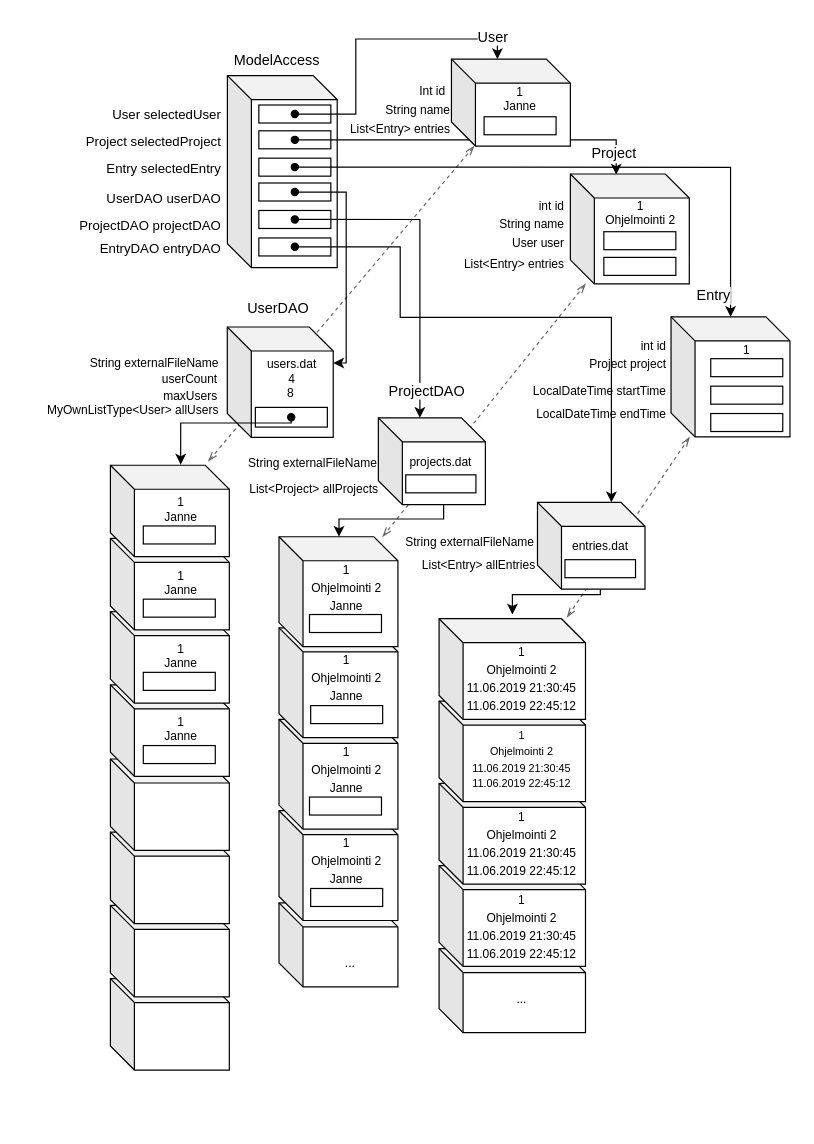
Earlier version of the draw.io diagram kaaviot/tietorakenne_alt.drawio (a-ruskomaa/SimpleTimeTracker). Source tidied: cells renumbered, new cells numbered last; positions are measured from the earlier drawing's top-left corner, leaving out a move shared by most shapes. Both pictures are drawn from the tidied source at 120%, with x=0, y=0 at pixel (76, 20).
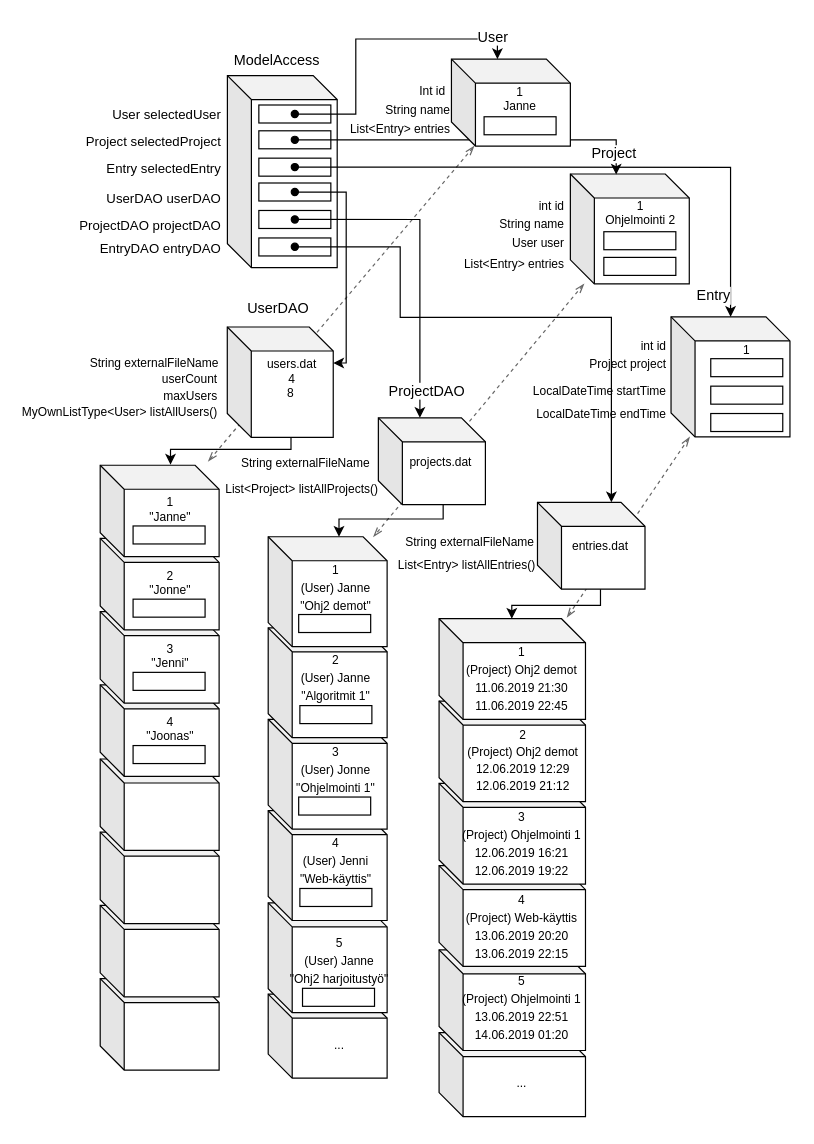
The same diagram, later.

Unchanged cells that the change refers to:
```xml
<mxCell id="59" style="group;fontColor=#000000;labelBackgroundColor=#ffffff;fontSize=10;" parent="58" vertex="1">
  <mxGeometry width="137.2" height="121.1" as="geometry" />
</mxCell>
<mxCell id="72" style="group;fontColor=#000000;labelBackgroundColor=#ffffff;" parent="71" vertex="1">
  <mxGeometry y="61" width="99.1" height="198.2" as="geometry" />
</mxCell>
<mxCell id="73" style="group;fontColor=#000000;labelBackgroundColor=#ffffff;" parent="72" vertex="1">
  <mxGeometry y="61" width="99.1" height="137.2" as="geometry" />
</mxCell>
<mxCell id="74" style="group;fontColor=#000000;labelBackgroundColor=#ffffff;" parent="73" vertex="1">
  <mxGeometry y="61" width="99.1" height="76.2" as="geometry" />
</mxCell>
<mxCell id="84" style="shape=cube;whiteSpace=wrap;html=1;boundedLbl=1;backgroundOutline=1;darkOpacity=0.05;darkOpacity2=0.1;fontColor=#000000;labelBackgroundColor=#ffffff;" parent="71" vertex="1">
  <mxGeometry width="99.1" height="76.2" as="geometry" />
</mxCell>
<mxCell id="102" style="shape=cube;whiteSpace=wrap;html=1;boundedLbl=1;backgroundOutline=1;darkOpacity=0.05;darkOpacity2=0.1;fontColor=#000000;labelBackgroundColor=#ffffff;" parent="87" vertex="1">
  <mxGeometry width="99.1" height="91.5" as="geometry" />
</mxCell>
<mxCell id="119" style="shape=cube;whiteSpace=wrap;html=1;boundedLbl=1;backgroundOutline=1;darkOpacity=0.05;darkOpacity2=0.1;fontColor=#000000;labelBackgroundColor=#ffffff;" parent="106" vertex="1">
  <mxGeometry width="122" height="83.9" as="geometry" />
</mxCell>
<mxCell id="133" style="group;" parent="1" vertex="1">
  <mxGeometry x="251.8" y="330.7" width="89.2" height="72.4" as="geometry" />
</mxCell>
<mxCell id="137" style="group;" parent="1" vertex="1">
  <mxGeometry x="384.4" y="401.1" width="89.6" height="72.4" as="geometry" />
</mxCell>
```

Diff of the diagram source:
```diff
@@
+    <mxCell id="126" style="edgeStyle=orthogonalEdgeStyle;rounded=0;jettySize=auto;html=1;fontColor=#000000;labelBackgroundColor=#ffffff;entryX=0.591;entryY=-0.006;entryDx=0;entryDy=0;entryPerimeter=0;startArrow=diamond;startFill=0;" parent="1" edge="1" target="84">
+      <mxGeometry relative="1" as="geometry">
+        <mxPoint x="179" y="330" as="sourcePoint" />
+        <Array as="points">
+          <mxPoint x="179" y="357" />
+          <mxPoint x="78" y="357" />
+        </Array>
+      </mxGeometry>
+    </mxCell>
     <mxCell id="2" style="group;fontColor=#000000;labelBackgroundColor=#ffffff;" parent="1" vertex="1">
-      <mxGeometry x="28.5" y="615" width="99.1" height="259.2" as="geometry" />
+      <mxGeometry x="20" y="615" width="99.1" height="259.2" as="geometry" />
     </mxCell>
@@
-    <mxCell id="26" style="edgeStyle=orthogonalEdgeStyle;rounded=0;jettySize=auto;html=1;fontColor=#000000;labelBackgroundColor=#ffffff;startArrow=oval;startFill=1;exitX=0.501;exitY=0.5;exitDx=0;exitDy=0;exitPerimeter=0;" parent="1" edge="1" source="139">
+    <mxCell id="26" style="edgeStyle=orthogonalEdgeStyle;rounded=0;jettySize=auto;html=1;fontColor=#000000;labelBackgroundColor=#ffffff;startArrow=oval;startFill=1;exitX=0.501;exitY=0.5;exitDx=0;exitDy=0;exitPerimeter=0;" parent="1" edge="1" target="119">
       <mxGeometry relative="1" as="geometry">
-        <mxPoint x="363.5" y="494.6" as="targetPoint" />
+        <mxPoint x="436.9" y="456.3" as="sourcePoint" />
         <Array as="points">
-          <mxPoint x="437" y="478" />
-          <mxPoint x="363" y="478" />
+          <mxPoint x="437" y="487" />
+          <mxPoint x="363" y="487" />
         </Array>
       </mxGeometry>
     </mxCell>
@@
-    <mxCell id="53" value="List&amp;lt;Project&amp;gt; allProjects" style="text;html=1;align=right;fontColor=#000000;labelBackgroundColor=#ffffff;fontSize=10;" parent="1" vertex="1">
-      <mxGeometry x="176.7" y="378.2" width="76.2" height="22.9" as="geometry" />
+    <mxCell id="53" value="List&amp;lt;Project&amp;gt; listAllProjects()" style="text;html=1;align=right;fontColor=#000000;labelBackgroundColor=#ffffff;fontSize=10;" parent="1" vertex="1">
+      <mxGeometry x="120" y="378.2" width="132.9" height="22.9" as="geometry" />
     </mxCell>
@@
-    <mxCell id="61" style="rounded=0;whiteSpace=wrap;html=1;fontColor=#000000;labelBackgroundColor=#ffffff;" parent="59" vertex="1">
-      <mxGeometry x="69.1" y="96.1" width="60" height="16.4" as="geometry" />
-    </mxCell>
@@
-    <mxCell id="63" value="MyOwnListType&amp;lt;User&amp;gt; allUsers" style="text;html=1;align=right;fontColor=#000000;labelBackgroundColor=#ffffff;fontSize=10;" parent="59" vertex="1">
-      <mxGeometry x="-60" y="85.9" width="99.8" height="24.1" as="geometry" />
-    </mxCell>
@@
     <mxCell id="71" style="group;fontColor=#000000;labelBackgroundColor=#ffffff;" parent="1" vertex="1">
-      <mxGeometry x="28.5" y="370.2" width="99.1" height="259.2" as="geometry" />
+      <mxGeometry x="20" y="370.2" width="99.1" height="259.2" as="geometry" />
     </mxCell>
@@
-    <mxCell id="76" value="1&lt;br style=&quot;font-size: 10px;&quot;&gt;Janne" style="text;html=1;align=center;fontColor=#000000;labelBackgroundColor=#ffffff;verticalAlign=middle;fontSize=10;" parent="74" vertex="1">
+    <mxCell id="76" value="4&lt;br style=&quot;font-size: 10px&quot;&gt;&quot;Joonas&quot;" style="text;html=1;align=center;fontColor=#000000;labelBackgroundColor=#ffffff;verticalAlign=middle;fontSize=10;" parent="74" vertex="1">
       <mxGeometry x="31.3" y="22.9" width="53.4" height="27.7" as="geometry" />
     </mxCell>
@@
-    <mxCell id="79" value="1&lt;br style=&quot;font-size: 10px;&quot;&gt;Janne" style="text;html=1;align=center;fontColor=#000000;labelBackgroundColor=#ffffff;verticalAlign=middle;fontSize=10;" parent="73" vertex="1">
+    <mxCell id="79" value="3&lt;br style=&quot;font-size: 10px&quot;&gt;&quot;Jenni&quot;" style="text;html=1;align=center;fontColor=#000000;labelBackgroundColor=#ffffff;verticalAlign=middle;fontSize=10;" parent="73" vertex="1">
       <mxGeometry x="31.3" y="22.9" width="53.4" height="27.7" as="geometry" />
     </mxCell>
@@
-    <mxCell id="82" value="1&lt;br style=&quot;font-size: 10px;&quot;&gt;Janne" style="text;html=1;align=center;fontColor=#000000;labelBackgroundColor=#ffffff;verticalAlign=middle;fontSize=10;" parent="72" vertex="1">
+    <mxCell id="82" value="2&lt;br style=&quot;font-size: 10px&quot;&gt;&quot;Jonne&quot;" style="text;html=1;align=center;fontColor=#000000;labelBackgroundColor=#ffffff;verticalAlign=middle;fontSize=10;" parent="72" vertex="1">
       <mxGeometry x="31.3" y="22.9" width="53.4" height="27.7" as="geometry" />
     </mxCell>
@@
-    <mxCell id="85" value="1&lt;br style=&quot;font-size: 10px;&quot;&gt;Janne" style="text;html=1;align=center;fontColor=#000000;labelBackgroundColor=#ffffff;verticalAlign=middle;fontSize=10;" parent="71" vertex="1">
+    <mxCell id="85" value="1&lt;br style=&quot;font-size: 10px&quot;&gt;&quot;Janne&quot;" style="text;html=1;align=center;fontColor=#000000;labelBackgroundColor=#ffffff;verticalAlign=middle;fontSize=10;" parent="71" vertex="1">
       <mxGeometry x="31.3" y="22.9" width="53.4" height="27.7" as="geometry" />
     </mxCell>
@@
     <mxCell id="87" style="group;" parent="1" vertex="1">
-      <mxGeometry x="169" y="429.8" width="99.1" height="378.2" as="geometry" />
+      <mxGeometry x="160" y="429.8" width="99.1" height="457.2" as="geometry" />
     </mxCell>
     <mxCell id="88" style="group;" parent="87" vertex="1">
-      <mxGeometry y="75.9" width="99.1" height="302.3" as="geometry" />
+      <mxGeometry y="75.9" width="99.1" height="381.3" as="geometry" />
     </mxCell>
     <mxCell id="89" style="group;" parent="88" vertex="1">
-      <mxGeometry y="76.2" width="99.1" height="226" as="geometry" />
+      <mxGeometry y="76.2" width="99.1" height="305.1" as="geometry" />
     </mxCell>
     <mxCell id="90" style="group;" parent="89" vertex="1">
-      <mxGeometry y="76.2" width="99.1" height="149.8" as="geometry" />
+      <mxGeometry y="76.2" width="99.1" height="228.8" as="geometry" />
     </mxCell>
+    <mxCell id="141" style="group;" parent="90" vertex="1">
+      <mxGeometry y="152.8" width="99.1" height="70" as="geometry" />
+    </mxCell>
-    <mxCell id="91" style="shape=cube;whiteSpace=wrap;html=1;boundedLbl=1;backgroundOutline=1;darkOpacity=0.05;darkOpacity2=0.1;fontColor=#000000;labelBackgroundColor=#ffffff;" parent="90" vertex="1">
-      <mxGeometry y="76.8" width="99.1" height="70" as="geometry" />
+    <mxCell id="91" style="shape=cube;whiteSpace=wrap;html=1;boundedLbl=1;backgroundOutline=1;darkOpacity=0.05;darkOpacity2=0.1;fontColor=#000000;labelBackgroundColor=#ffffff;" parent="141" vertex="1">
+      <mxGeometry width="99.1" height="70" as="geometry" />
     </mxCell>
+    <mxCell id="95" value="..." style="text;html=1;align=center;fontColor=#000000;labelBackgroundColor=none;verticalAlign=middle;fontSize=10;" parent="141" vertex="1">
+      <mxGeometry x="32.5" y="30" width="53.4" height="24.8" as="geometry" />
+    </mxCell>
+    <mxCell id="142" style="group;" parent="90" vertex="1">
+      <mxGeometry y="76.8" width="99.1" height="91.5" as="geometry" />
+    </mxCell>
+    <mxCell id="143" style="shape=cube;whiteSpace=wrap;html=1;boundedLbl=1;backgroundOutline=1;darkOpacity=0.05;darkOpacity2=0.1;fontColor=#000000;labelBackgroundColor=#ffffff;" parent="142" vertex="1">
+      <mxGeometry width="99.1" height="91.5" as="geometry" />
+    </mxCell>
+    <mxCell id="144" style="rounded=0;whiteSpace=wrap;html=1;fontColor=#000000;labelBackgroundColor=#ffffff;" parent="142" vertex="1">
+      <mxGeometry x="28.6" y="71.2" width="60" height="15" as="geometry" />
+    </mxCell>
@@
-    <mxCell id="94" value="&lt;p style=&quot;line-height: 150%; font-size: 10px;&quot;&gt;1&lt;br style=&quot;font-size: 10px;&quot;&gt;Ohjelmointi 2&lt;br style=&quot;font-size: 10px;&quot;&gt;Janne&lt;br style=&quot;font-size: 10px;&quot;&gt;&lt;/p&gt;" style="text;html=1;align=center;fontColor=#000000;labelBackgroundColor=none;verticalAlign=middle;fontSize=10;" parent="90" vertex="1">
+    <mxCell id="94" value="&lt;p style=&quot;line-height: 150% ; font-size: 10px&quot;&gt;4&lt;br style=&quot;font-size: 10px&quot;&gt;(User) Jenni&lt;br style=&quot;font-size: 10px&quot;&gt;&quot;Web-käyttis&quot;&lt;br style=&quot;font-size: 10px&quot;&gt;&lt;/p&gt;" style="text;html=1;align=center;fontColor=#000000;labelBackgroundColor=none;verticalAlign=middle;fontSize=10;" parent="90" vertex="1">
       <mxGeometry x="29.7" y="18.6" width="53.4" height="46.2" as="geometry" />
     </mxCell>
-    <mxCell id="95" value="..." style="text;html=1;align=center;fontColor=#000000;labelBackgroundColor=none;verticalAlign=middle;fontSize=10;" parent="90" vertex="1">
-      <mxGeometry x="32.1" y="114.9" width="53.4" height="24.8" as="geometry" />
-    </mxCell>
@@
-    <mxCell id="98" value="&lt;p style=&quot;line-height: 150%; font-size: 10px;&quot;&gt;1&lt;br style=&quot;font-size: 10px;&quot;&gt;Ohjelmointi 2&lt;br style=&quot;font-size: 10px;&quot;&gt;Janne&lt;br style=&quot;font-size: 10px;&quot;&gt;&lt;/p&gt;" style="text;html=1;align=center;fontColor=#000000;labelBackgroundColor=none;verticalAlign=middle;fontSize=10;" parent="89" vertex="1">
+    <mxCell id="98" value="&lt;p style=&quot;line-height: 150% ; font-size: 10px&quot;&gt;3&lt;br style=&quot;font-size: 10px&quot;&gt;(User) Jonne&lt;br style=&quot;font-size: 10px&quot;&gt;&quot;Ohjelmointi 1&quot;&lt;br style=&quot;font-size: 10px&quot;&gt;&lt;/p&gt;" style="text;html=1;align=center;fontColor=#000000;labelBackgroundColor=none;verticalAlign=middle;fontSize=10;" parent="89" vertex="1">
       <mxGeometry x="28.8" y="18.6" width="53.4" height="46.2" as="geometry" />
     </mxCell>
@@
-    <mxCell id="101" value="&lt;p style=&quot;line-height: 150%; font-size: 10px;&quot;&gt;1&lt;br style=&quot;font-size: 10px;&quot;&gt;Ohjelmointi 2&lt;br style=&quot;font-size: 10px;&quot;&gt;Janne&lt;br style=&quot;font-size: 10px;&quot;&gt;&lt;/p&gt;" style="text;html=1;align=center;fontColor=#000000;labelBackgroundColor=none;verticalAlign=middle;fontSize=10;" parent="88" vertex="1">
+    <mxCell id="101" value="&lt;p style=&quot;line-height: 150% ; font-size: 10px&quot;&gt;2&lt;br style=&quot;font-size: 10px&quot;&gt;(User) Janne&lt;br style=&quot;font-size: 10px&quot;&gt;&quot;Algoritmit 1&quot;&lt;/p&gt;" style="text;html=1;align=center;fontColor=#000000;labelBackgroundColor=none;verticalAlign=middle;fontSize=10;" parent="88" vertex="1">
       <mxGeometry x="29.7" y="18.6" width="53.4" height="46.2" as="geometry" />
     </mxCell>
@@
-    <mxCell id="104" value="&lt;p style=&quot;line-height: 150%; font-size: 10px;&quot;&gt;1&lt;br style=&quot;font-size: 10px;&quot;&gt;Ohjelmointi 2&lt;br style=&quot;font-size: 10px;&quot;&gt;Janne&lt;br style=&quot;font-size: 10px;&quot;&gt;&lt;/p&gt;" style="text;html=1;align=center;fontColor=#000000;labelBackgroundColor=none;verticalAlign=middle;fontSize=10;" parent="87" vertex="1">
+    <mxCell id="104" value="&lt;p style=&quot;line-height: 150% ; font-size: 10px&quot;&gt;1&lt;br style=&quot;font-size: 10px&quot;&gt;(User) Janne&lt;br style=&quot;font-size: 10px&quot;&gt;&quot;Ohj2 demot&quot;&lt;br style=&quot;font-size: 10px&quot;&gt;&lt;/p&gt;" style="text;html=1;align=center;fontColor=#000000;labelBackgroundColor=none;verticalAlign=middle;fontSize=10;" parent="87" vertex="1">
       <mxGeometry x="28.8" y="18.6" width="53.4" height="46.2" as="geometry" />
     </mxCell>
@@
     <mxCell id="106" style="group;" parent="1" vertex="1">
-      <mxGeometry x="302.4" y="498.1" width="122" height="352" as="geometry" />
+      <mxGeometry x="302.4" y="498.1" width="130" height="420.1" as="geometry" />
     </mxCell>
     <mxCell id="107" style="group;" parent="106" vertex="1">
-      <mxGeometry y="68.6" width="122" height="283.4" as="geometry" />
+      <mxGeometry y="68.6" width="130" height="351.5" as="geometry" />
     </mxCell>
     <mxCell id="108" style="group;" parent="107" vertex="1">
-      <mxGeometry y="68.6" width="122" height="214.8" as="geometry" />
+      <mxGeometry y="68.6" width="122" height="282.9" as="geometry" />
     </mxCell>
     <mxCell id="109" style="group;" parent="108" vertex="1">
-      <mxGeometry y="68.6" width="122" height="146.2" as="geometry" />
+      <mxGeometry y="68.6" width="122" height="214.3" as="geometry" />
     </mxCell>
+    <mxCell id="145" style="group;" parent="109" vertex="1">
+      <mxGeometry y="70.1" width="122" height="144.2" as="geometry" />
+    </mxCell>
+    <mxCell id="146" style="group;" parent="145" vertex="1">
+      <mxGeometry y="69" width="122" height="70" as="geometry" />
+    </mxCell>
-    <mxCell id="110" style="shape=cube;whiteSpace=wrap;html=1;boundedLbl=1;backgroundOutline=1;darkOpacity=0.05;darkOpacity2=0.1;fontColor=#000000;labelBackgroundColor=#ffffff;" parent="109" vertex="1">
-      <mxGeometry y="69.1" width="122" height="70" as="geometry" />
+    <mxCell id="110" style="shape=cube;whiteSpace=wrap;html=1;boundedLbl=1;backgroundOutline=1;darkOpacity=0.05;darkOpacity2=0.1;fontColor=#000000;labelBackgroundColor=#ffffff;" parent="146" vertex="1">
+      <mxGeometry width="122" height="70" as="geometry" />
     </mxCell>
+    <mxCell id="114" value="&lt;p style=&quot;line-height: 150% ; font-size: 10px&quot;&gt;...&lt;/p&gt;" style="text;align=center;fontColor=#000000;labelBackgroundColor=none;html=1;spacingTop=0;horizontal=1;verticalAlign=middle;fontSize=10;" parent="146" vertex="1">
+      <mxGeometry x="15.2" y="30.9" width="106.7" height="22.6" as="geometry" />
+    </mxCell>
+    <mxCell id="147" style="shape=cube;whiteSpace=wrap;html=1;boundedLbl=1;backgroundOutline=1;darkOpacity=0.05;darkOpacity2=0.1;fontColor=#000000;labelBackgroundColor=#ffffff;" parent="145" vertex="1">
+      <mxGeometry width="122" height="83.9" as="geometry" />
+    </mxCell>
+    <mxCell id="148" value="&lt;p style=&quot;line-height: 150% ; font-size: 10px&quot;&gt;5&lt;br style=&quot;font-size: 10px&quot;&gt;(Project) Ohjelmointi 1&lt;br style=&quot;font-size: 10px&quot;&gt;13.06.2019 22:51&lt;br style=&quot;font-size: 10px&quot;&gt;14.06.2019 01:20&lt;/p&gt;" style="text;align=center;fontColor=#000000;labelBackgroundColor=none;html=1;spacingTop=0;horizontal=1;verticalAlign=middle;fontSize=10;" parent="145" vertex="1">
+      <mxGeometry x="15.2" y="20.8" width="106.7" height="53.4" as="geometry" />
+    </mxCell>
@@
-    <mxCell id="112" value="&lt;p style=&quot;line-height: 150%; font-size: 10px;&quot;&gt;1&lt;br style=&quot;font-size: 10px;&quot;&gt;Ohjelmointi 2&lt;br style=&quot;font-size: 10px;&quot;&gt;11.06.2019 21:30:45&lt;br style=&quot;font-size: 10px;&quot;&gt;11.06.2019 22:45:12&lt;/p&gt;" style="text;align=center;fontColor=#000000;labelBackgroundColor=none;html=1;spacingTop=0;horizontal=1;verticalAlign=middle;fontSize=10;" parent="109" vertex="1">
+    <mxCell id="112" value="&lt;p style=&quot;line-height: 150% ; font-size: 10px&quot;&gt;4&lt;br style=&quot;font-size: 10px&quot;&gt;(Project) Web-käyttis&lt;br style=&quot;font-size: 10px&quot;&gt;13.06.2019 20:20&lt;br style=&quot;font-size: 10px&quot;&gt;13.06.2019 22:15&lt;/p&gt;" style="text;align=center;fontColor=#000000;labelBackgroundColor=none;html=1;spacingTop=0;horizontal=1;verticalAlign=middle;fontSize=10;" parent="109" vertex="1">
       <mxGeometry x="15.2" y="22.9" width="106.7" height="53.4" as="geometry" />
     </mxCell>
-    <mxCell id="113" style="group;" parent="109" vertex="1">
-      <mxGeometry y="76.2" width="122" height="70" as="geometry" />
-    </mxCell>
-    <mxCell id="114" value="&lt;p style=&quot;line-height: 150% ; font-size: 10px&quot;&gt;...&lt;/p&gt;" style="text;align=center;fontColor=#000000;labelBackgroundColor=none;html=1;spacingTop=0;horizontal=1;verticalAlign=middle;fontSize=10;" parent="113" vertex="1">
-      <mxGeometry x="15.2" y="23.7" width="106.7" height="22.6" as="geometry" />
-    </mxCell>
@@
-    <mxCell id="116" value="&lt;p style=&quot;line-height: 150%; font-size: 10px;&quot;&gt;1&lt;br style=&quot;font-size: 10px;&quot;&gt;Ohjelmointi 2&lt;br style=&quot;font-size: 10px;&quot;&gt;11.06.2019 21:30:45&lt;br style=&quot;font-size: 10px;&quot;&gt;11.06.2019 22:45:12&lt;/p&gt;" style="text;align=center;fontColor=#000000;labelBackgroundColor=none;html=1;spacingTop=0;horizontal=1;verticalAlign=middle;fontSize=10;" parent="108" vertex="1">
+    <mxCell id="116" value="&lt;p style=&quot;line-height: 150% ; font-size: 10px&quot;&gt;3&lt;br style=&quot;font-size: 10px&quot;&gt;(Project) Ohjelmointi 1&lt;br style=&quot;font-size: 10px&quot;&gt;12.06.2019 16:21&lt;br style=&quot;font-size: 10px&quot;&gt;12.06.2019 19:22&lt;/p&gt;" style="text;align=center;fontColor=#000000;labelBackgroundColor=none;html=1;spacingTop=0;horizontal=1;verticalAlign=middle;fontSize=10;" parent="108" vertex="1">
       <mxGeometry x="15.2" y="22.9" width="106.7" height="53.4" as="geometry" />
     </mxCell>
@@
-    <mxCell id="118" value="&lt;p style=&quot;line-height: 150%; font-size: 9px;&quot;&gt;1&lt;br style=&quot;font-size: 9px;&quot;&gt;Ohjelmointi 2&lt;br style=&quot;font-size: 9px;&quot;&gt;11.06.2019 21:30:45&lt;br style=&quot;font-size: 9px;&quot;&gt;11.06.2019 22:45:12&lt;/p&gt;" style="text;align=center;fontColor=#000000;labelBackgroundColor=none;html=1;spacingTop=0;horizontal=1;verticalAlign=middle;fontSize=9;" parent="107" vertex="1">
-      <mxGeometry x="15.2" y="22.9" width="106.7" height="53.4" as="geometry" />
+    <mxCell id="118" value="&lt;p style=&quot;line-height: 140%&quot;&gt;2&lt;br style=&quot;font-size: 10px&quot;&gt;(Project) Ohj2 demot&lt;br style=&quot;font-size: 10px&quot;&gt;12.06.2019 12:29&lt;br style=&quot;font-size: 10px&quot;&gt;12.06.2019 21:12&lt;/p&gt;" style="text;align=center;fontColor=#000000;labelBackgroundColor=none;spacingTop=0;horizontal=1;verticalAlign=middle;fontSize=10;html=1;" parent="107" vertex="1">
+      <mxGeometry x="10" y="22.9" width="120" height="53.4" as="geometry" />
     </mxCell>
@@
-    <mxCell id="120" value="&lt;p style=&quot;line-height: 150%; font-size: 10px;&quot;&gt;1&lt;br style=&quot;font-size: 10px;&quot;&gt;Ohjelmointi 2&lt;br style=&quot;font-size: 10px;&quot;&gt;11.06.2019 21:30:45&lt;br style=&quot;font-size: 10px;&quot;&gt;11.06.2019 22:45:12&lt;/p&gt;" style="text;align=center;fontColor=#000000;labelBackgroundColor=none;html=1;spacingTop=0;horizontal=1;verticalAlign=middle;fontSize=10;" parent="106" vertex="1">
+    <mxCell id="120" value="&lt;p style=&quot;line-height: 150% ; font-size: 10px&quot;&gt;1&lt;br style=&quot;font-size: 10px&quot;&gt;(Project) Ohj2 demot&lt;br style=&quot;font-size: 10px&quot;&gt;11.06.2019 21:30&lt;br style=&quot;font-size: 10px&quot;&gt;11.06.2019 22:45&lt;/p&gt;" style="text;align=center;fontColor=#000000;labelBackgroundColor=none;html=1;spacingTop=0;horizontal=1;verticalAlign=middle;fontSize=10;" parent="106" vertex="1">
       <mxGeometry x="15.2" y="22.9" width="106.7" height="53.4" as="geometry" />
     </mxCell>
     <mxCell id="121" value="String externalFileName" style="text;html=1;align=right;verticalAlign=middle;fontColor=#000000;labelBackgroundColor=#ffffff;fontSize=10;" parent="1" vertex="1">
-      <mxGeometry x="132.2" y="358.2" width="120" height="20" as="geometry" />
+      <mxGeometry x="126.4" y="358.2" width="120" height="20" as="geometry" />
     </mxCell>
@@
-    <mxCell id="126" style="edgeStyle=orthogonalEdgeStyle;rounded=0;jettySize=auto;html=1;fontColor=#000000;labelBackgroundColor=#ffffff;entryX=0.591;entryY=-0.006;entryDx=0;entryDy=0;entryPerimeter=0;startArrow=oval;startFill=1;exitX=0.498;exitY=0.5;exitDx=0;exitDy=0;exitPerimeter=0;" parent="1" edge="1" source="61" target="84">
-      <mxGeometry relative="1" as="geometry">
-        <Array as="points">
-          <mxPoint x="179" y="335" />
-          <mxPoint x="87" y="335" />
-        </Array>
-      </mxGeometry>
-    </mxCell>
-    <mxCell id="127" style="edgeStyle=orthogonalEdgeStyle;rounded=0;jettySize=auto;html=1;fontColor=#000000;labelBackgroundColor=#ffffff;startArrow=oval;startFill=1;exitX=0.54;exitY=0.5;exitDx=0;exitDy=0;exitPerimeter=0;" parent="1" edge="1" source="135" target="102">
+    <mxCell id="127" style="edgeStyle=orthogonalEdgeStyle;rounded=0;jettySize=auto;html=1;fontColor=#000000;labelBackgroundColor=#ffffff;startArrow=oval;startFill=1;exitX=0.54;exitY=0.5;exitDx=0;exitDy=0;exitPerimeter=0;" parent="1" edge="1" target="102">
       <mxGeometry relative="1" as="geometry">
+        <mxPoint x="305.8" y="386" as="sourcePoint" />
         <Array as="points">
           <mxPoint x="306" y="415" />
           <mxPoint x="219" y="415" />
         </Array>
       </mxGeometry>
     </mxCell>
@@
-    <mxCell id="132" value="List&amp;lt;Entry&amp;gt; allEntries" style="text;html=1;align=right;fontColor=#000000;labelBackgroundColor=#ffffff;fontSize=10;" parent="1" vertex="1">
+    <mxCell id="132" value="List&amp;lt;Entry&amp;gt; listAllEntries()" style="text;html=1;align=right;fontColor=#000000;labelBackgroundColor=#ffffff;fontSize=10;" parent="1" vertex="1">
       <mxGeometry x="309.7" y="441.1" width="74.7" height="22.9" as="geometry" />
     </mxCell>
@@
-    <mxCell id="135" style="rounded=0;whiteSpace=wrap;html=1;fontColor=#000000;labelBackgroundColor=#ffffff;" parent="133" vertex="1">
-      <mxGeometry x="22.8" y="47.5" width="58.5" height="15" as="geometry" />
-    </mxCell>
@@
-    <mxCell id="139" style="rounded=0;whiteSpace=wrap;html=1;fontColor=#000000;labelBackgroundColor=#ffffff;" parent="137" vertex="1">
-      <mxGeometry x="22.9" y="47.8" width="58.8" height="15" as="geometry" />
-    </mxCell>
@@
+    <mxCell id="149" value="&lt;p style=&quot;line-height: 150% ; font-size: 10px&quot;&gt;5&lt;br style=&quot;font-size: 10px&quot;&gt;(User) Janne&lt;br style=&quot;font-size: 10px&quot;&gt;&quot;Ohj2 harjoitustyö&quot;&lt;br style=&quot;font-size: 10px&quot;&gt;&lt;/p&gt;" style="text;html=1;align=center;fontColor=#000000;labelBackgroundColor=none;verticalAlign=middle;fontSize=10;" parent="1" vertex="1">
+      <mxGeometry x="192" y="760" width="53.4" height="46.2" as="geometry" />
+    </mxCell>
+    <mxCell id="63" value="MyOwnListType&amp;lt;User&amp;gt; listAllUsers()" style="text;html=1;align=right;fontColor=#000000;labelBackgroundColor=#ffffff;fontSize=10;" parent="1" vertex="1">
+      <mxGeometry x="-31.1" y="314.3" width="149.8" height="24.1" as="geometry" />
+    </mxCell>
```
